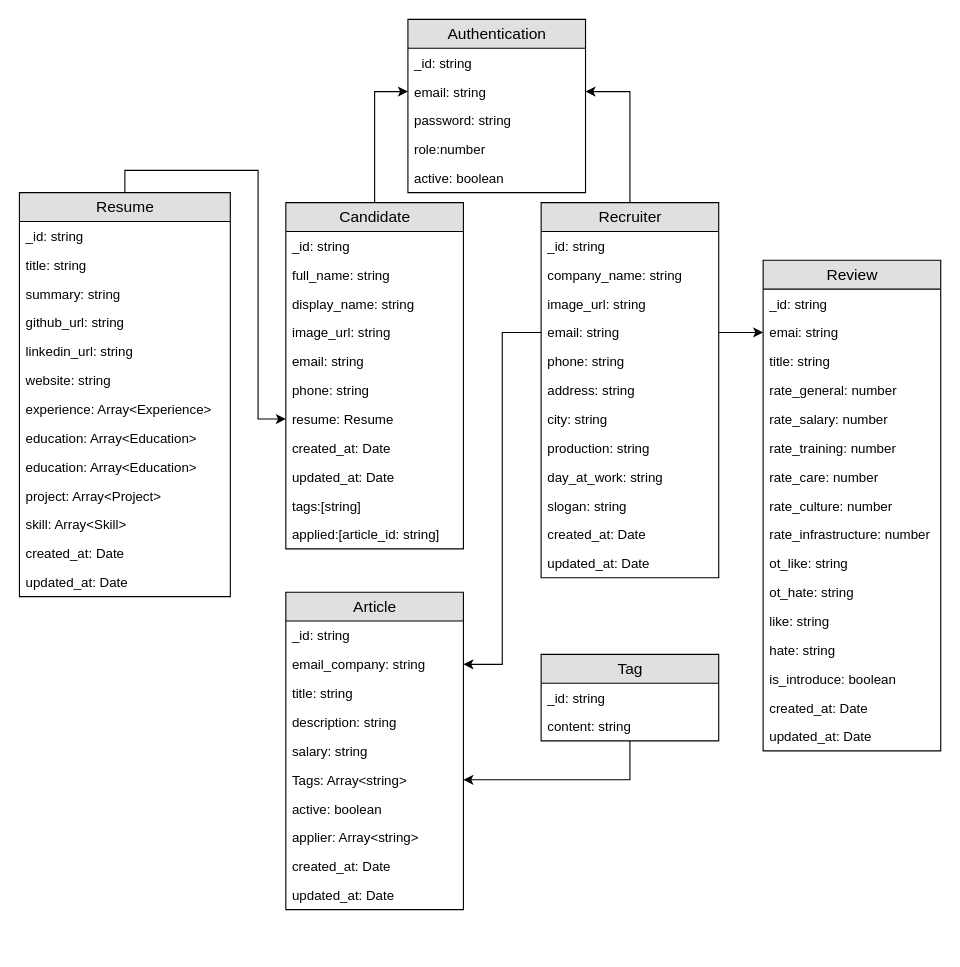
Above: page "ERD Diagram" (2 of 6) of Use case Diagram.drawio in vietdqhcmute/DATN (draw.io), before the change. Source tidied: cells renumbered, new cells numbered last; positions are measured from the earlier drawing's top-left corner, leaving out a move shared by most shapes. Both pictures are drawn from the tidied source at 111%, with x=0, y=0 at pixel (19, 19).
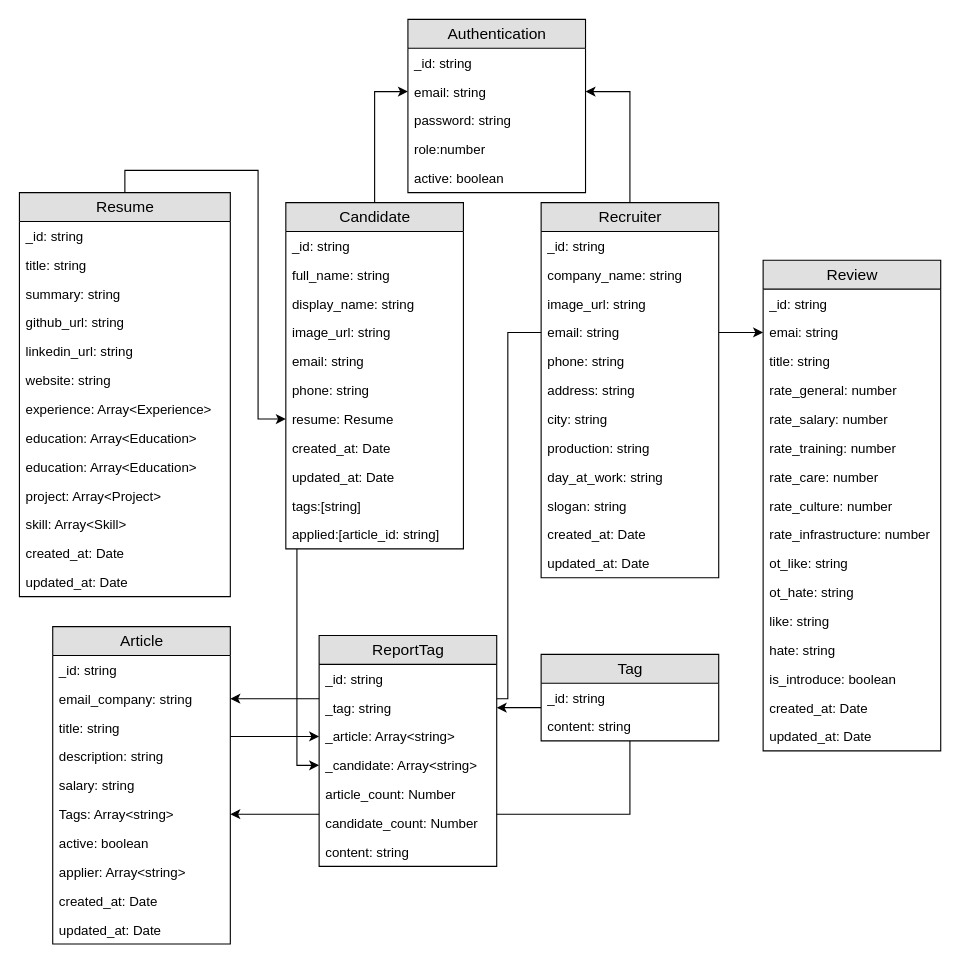
Above is the later version.

The change refers to these unchanged cells:
```xml
<mxCell id="3" value="Candidate" style="swimlane;fontStyle=0;horizontal=1;startSize=26;fillColor=#e0e0e0;swimlaneFillColor=#ffffff;align=center;fontSize=14;html=1;" parent="1" vertex="1">
  <mxGeometry x="240" y="165" width="160" height="312" as="geometry" />
</mxCell>
<mxCell id="20" value="email: string" style="text;strokeColor=none;fillColor=none;spacingLeft=4;spacingRight=4;overflow=hidden;points=[[0,0.5],[1,0.5]];portConstraint=eastwest;fontSize=12;" parent="16" vertex="1">
  <mxGeometry y="104" width="160" height="26" as="geometry" />
</mxCell>
<mxCell id="46" value="email_company: string" style="text;strokeColor=none;fillColor=none;spacingLeft=4;spacingRight=4;overflow=hidden;points=[[0,0.5],[1,0.5]];portConstraint=eastwest;fontSize=12;" parent="44" vertex="1">
  <mxGeometry y="52" width="160" height="26" as="geometry" />
</mxCell>
<mxCell id="56" value="Tag" style="swimlane;fontStyle=0;horizontal=1;startSize=26;fillColor=#e0e0e0;swimlaneFillColor=#ffffff;align=center;fontSize=14;html=1;" parent="1" vertex="1">
  <mxGeometry x="470" y="572" width="160" height="78" as="geometry" />
</mxCell>
```

What changed in the source:
```diff
@@
+    <mxCell id="84" style="edgeStyle=orthogonalEdgeStyle;rounded=0;jettySize=auto;html=1;" parent="1" edge="1" source="3" target="91">
+      <mxGeometry relative="1" as="geometry">
+        <Array as="points">
+          <mxPoint x="250" y="672" />
+        </Array>
+      </mxGeometry>
+    </mxCell>
@@
+    <mxCell id="85" style="edgeStyle=orthogonalEdgeStyle;rounded=0;jettySize=auto;html=1;entryX=0;entryY=0.5;entryDx=0;entryDy=0;" parent="1" edge="1" source="44" target="90">
+      <mxGeometry relative="1" as="geometry">
+        <Array as="points">
+          <mxPoint x="200" y="646" />
+          <mxPoint x="200" y="646" />
+        </Array>
+      </mxGeometry>
+    </mxCell>
     <mxCell id="44" value="Article" style="swimlane;fontStyle=0;horizontal=1;startSize=26;fillColor=#e0e0e0;swimlaneFillColor=#ffffff;align=center;fontSize=14;html=1;" parent="1" vertex="1">
-      <mxGeometry x="240" y="516" width="160" height="286" as="geometry" />
+      <mxGeometry x="30" y="547" width="160" height="286" as="geometry" />
     </mxCell>
@@
+    <mxCell id="86" style="edgeStyle=orthogonalEdgeStyle;rounded=0;jettySize=auto;html=1;entryX=1;entryY=0.5;entryDx=0;entryDy=0;" parent="1" edge="1" source="56" target="89">
+      <mxGeometry relative="1" as="geometry">
+        <Array as="points">
+          <mxPoint x="460" y="620" />
+          <mxPoint x="460" y="620" />
+        </Array>
+      </mxGeometry>
+    </mxCell>
@@
     <mxCell id="83" style="edgeStyle=orthogonalEdgeStyle;rounded=0;jettySize=auto;html=1;entryX=1;entryY=0.5;entryDx=0;entryDy=0;" parent="1" edge="1" source="20" target="46">
-      <mxGeometry relative="1" as="geometry" />
+      <mxGeometry relative="1" as="geometry">
+        <Array as="points">
+          <mxPoint x="440" y="282" />
+          <mxPoint x="440" y="612" />
+        </Array>
+      </mxGeometry>
     </mxCell>
+    <mxCell id="87" value="ReportTag" style="swimlane;fontStyle=0;horizontal=1;startSize=26;fillColor=#e0e0e0;swimlaneFillColor=#ffffff;align=center;fontSize=14;html=1;" parent="1" vertex="1">
+      <mxGeometry x="270" y="555" width="160" height="208" as="geometry" />
+    </mxCell>
+    <mxCell id="88" value="_id: string" style="text;strokeColor=none;fillColor=none;spacingLeft=4;spacingRight=4;overflow=hidden;fontSize=12;" parent="87" vertex="1">
+      <mxGeometry y="26" width="160" height="26" as="geometry" />
+    </mxCell>
+    <mxCell id="89" value="_tag: string" style="text;strokeColor=none;fillColor=none;spacingLeft=4;spacingRight=4;overflow=hidden;points=[[0,0.5],[1,0.5]];portConstraint=eastwest;fontSize=12;" parent="87" vertex="1">
+      <mxGeometry y="52" width="160" height="26" as="geometry" />
+    </mxCell>
+    <mxCell id="90" value="_article: Array&lt;string&gt;" style="text;strokeColor=none;fillColor=none;spacingLeft=4;spacingRight=4;overflow=hidden;points=[[0,0.5],[1,0.5]];portConstraint=eastwest;fontSize=12;" parent="87" vertex="1">
+      <mxGeometry y="78" width="160" height="26" as="geometry" />
+    </mxCell>
+    <mxCell id="91" value="_candidate: Array&lt;string&gt;" style="text;strokeColor=none;fillColor=none;spacingLeft=4;spacingRight=4;overflow=hidden;points=[[0,0.5],[1,0.5]];portConstraint=eastwest;fontSize=12;" parent="87" vertex="1">
+      <mxGeometry y="104" width="160" height="26" as="geometry" />
+    </mxCell>
+    <mxCell id="92" value="article_count: Number" style="text;strokeColor=none;fillColor=none;spacingLeft=4;spacingRight=4;overflow=hidden;fontSize=12;" parent="87" vertex="1">
+      <mxGeometry y="130" width="160" height="26" as="geometry" />
+    </mxCell>
+    <mxCell id="93" value="candidate_count: Number" style="text;strokeColor=none;fillColor=none;spacingLeft=4;spacingRight=4;overflow=hidden;fontSize=12;" parent="87" vertex="1">
+      <mxGeometry y="156" width="160" height="26" as="geometry" />
+    </mxCell>
+    <mxCell id="94" value="content: string" style="text;strokeColor=none;fillColor=none;spacingLeft=4;spacingRight=4;overflow=hidden;fontSize=12;" parent="87" vertex="1">
+      <mxGeometry y="182" width="160" height="26" as="geometry" />
+    </mxCell>
```
